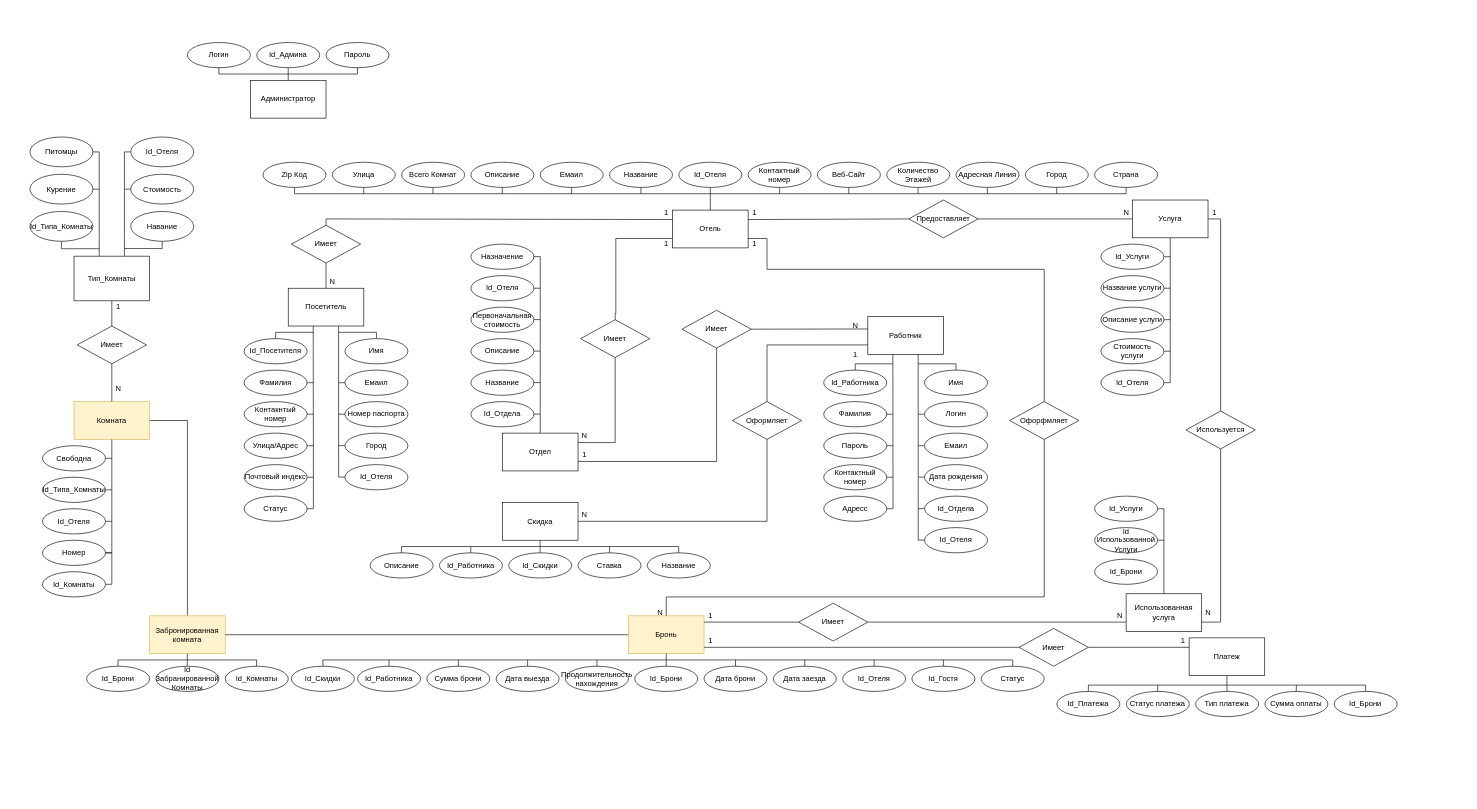
The draw.io diagram AdditionalDocuments/Diagrams/Chen_Notation(ERD).drawio in RainbowInHell/DataBase_CourseWork, before the edit. Source tidied: cells renumbered, new cells numbered last; positions are measured from the earlier drawing's top-left corner, leaving out a move shared by most shapes. Both pictures are drawn from the tidied source at 63%, with x=0, y=0 at pixel (11, 11).
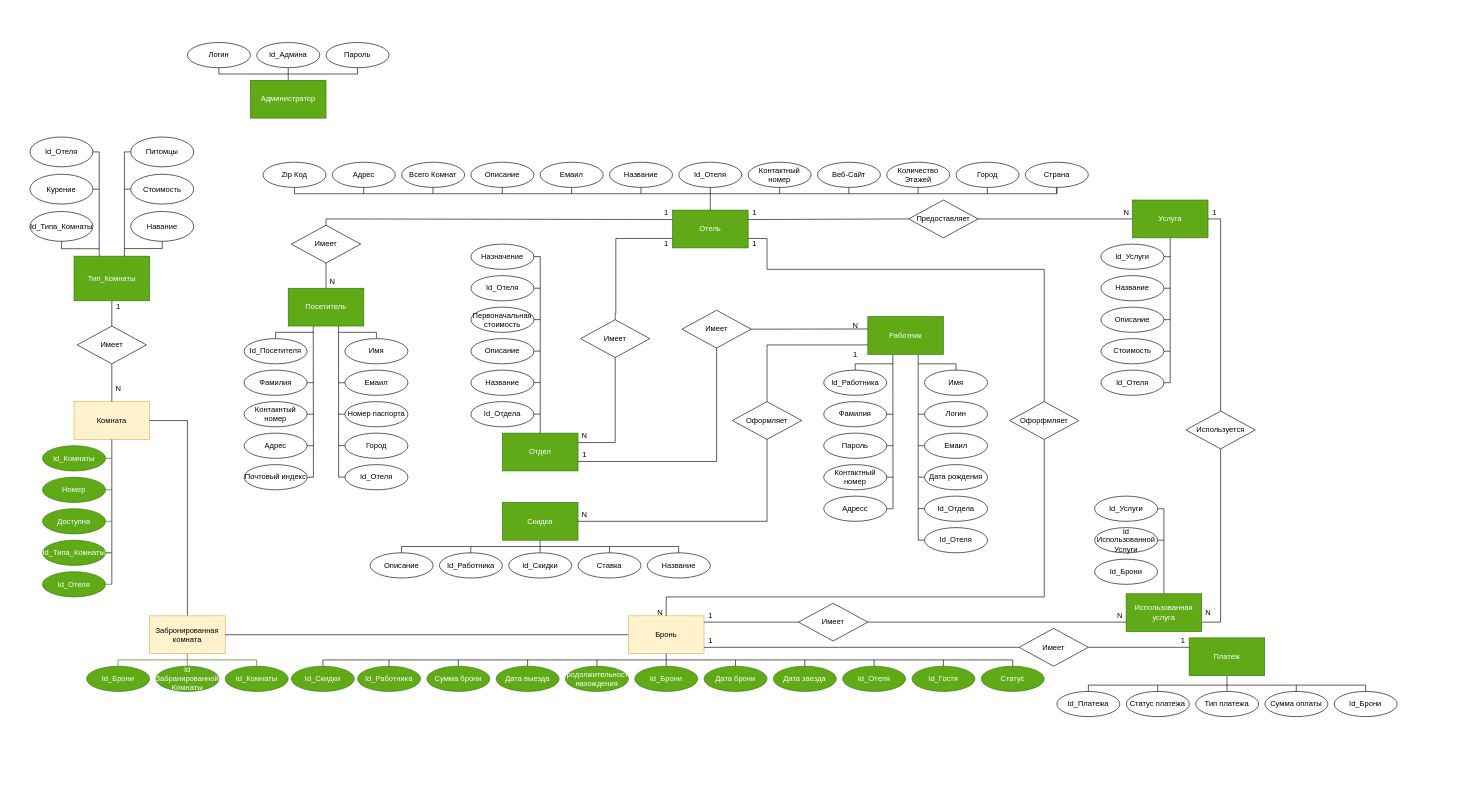
The same diagram, later.

The change refers to these unchanged cells:
```xml
<mxCell id="4" style="group;" parent="3" vertex="1">
  <mxGeometry x="10" y="10" width="320" height="120" as="geometry" />
</mxCell>
<mxCell id="13" style="group;" parent="1" vertex="1">
  <mxGeometry x="400" y="250" width="1910" height="1000" as="geometry" />
</mxCell>
<mxCell id="40" style="group;" parent="13" vertex="1">
  <mxGeometry x="1380" y="50" width="260" height="220" as="geometry" />
</mxCell>
<mxCell id="52" style="group;" parent="13" vertex="1">
  <mxGeometry x="-30" y="190" width="260" height="420" as="geometry" />
</mxCell>
<mxCell id="109" style="group;" parent="13" vertex="1">
  <mxGeometry x="40" y="700" width="1300" height="300" as="geometry" />
</mxCell>
<mxCell id="150" style="group;" parent="13" vertex="1">
  <mxGeometry x="950" y="240" width="260" height="420" as="geometry" />
</mxCell>
<mxCell id="210" style="group;" parent="13" vertex="1">
  <mxGeometry x="330" y="120" width="170" height="360" as="geometry" />
</mxCell>
<mxCell id="227" style="group;" parent="1" vertex="1">
  <mxGeometry x="60" y="620" width="170" height="310" as="geometry" />
</mxCell>
<mxCell id="243" style="group;" parent="242" vertex="1">
  <mxGeometry width="300" height="260" as="geometry" />
</mxCell>
<mxCell id="270" style="group;" parent="1" vertex="1">
  <mxGeometry x="120" y="950" width="320" height="130" as="geometry" />
</mxCell>
```

Diff of the diagram source:
```diff
@@
-    <mxCell id="5" value="Администратор" style="rounded=0;whiteSpace=wrap;html=1;" parent="4" vertex="1">
+    <mxCell id="5" value="Администратор" style="rounded=0;whiteSpace=wrap;html=1;fillColor=#60a917;fontColor=#ffffff;strokeColor=#2D7600;" parent="4" vertex="1">
       <mxGeometry x="100" y="60" width="120" height="60" as="geometry" />
     </mxCell>
@@
-    <mxCell id="14" value="Отель" style="rounded=0;whiteSpace=wrap;html=1;" parent="13" vertex="1">
+    <mxCell id="14" value="Отель" style="rounded=0;whiteSpace=wrap;html=1;fillColor=#60a917;fontColor=#ffffff;strokeColor=#2D7600;" parent="13" vertex="1">
       <mxGeometry x="650" y="66" width="120" height="60" as="geometry" />
     </mxCell>
@@
     <mxCell id="17" value="Страна" style="ellipse;whiteSpace=wrap;html=1;" parent="13" vertex="1">
-      <mxGeometry x="1320" y="-10" width="100" height="40" as="geometry" />
+      <mxGeometry x="1210" y="-10" width="100" height="40" as="geometry" />
     </mxCell>
@@
-    <mxCell id="26" value="Улица" style="ellipse;whiteSpace=wrap;html=1;" parent="13" vertex="1">
+    <mxCell id="26" value="Адрес" style="ellipse;whiteSpace=wrap;html=1;" parent="13" vertex="1">
       <mxGeometry x="110" y="-10" width="100" height="40" as="geometry" />
     </mxCell>
     <mxCell id="27" value="Город" style="ellipse;whiteSpace=wrap;html=1;" parent="13" vertex="1">
-      <mxGeometry x="1210" y="-10" width="100" height="40" as="geometry" />
+      <mxGeometry x="1100" y="-10" width="100" height="40" as="geometry" />
     </mxCell>
-    <mxCell id="28" value="Адресная Линия" style="ellipse;whiteSpace=wrap;html=1;" parent="13" vertex="1">
-      <mxGeometry x="1100" y="-10" width="100" height="40" as="geometry" />
-    </mxCell>
@@
-    <mxCell id="41" value="Услуга" style="rounded=0;whiteSpace=wrap;html=1;" parent="40" vertex="1">
+    <mxCell id="41" value="Услуга" style="rounded=0;whiteSpace=wrap;html=1;fillColor=#60a917;fontColor=#ffffff;strokeColor=#2D7600;" parent="40" vertex="1">
       <mxGeometry width="120" height="60" as="geometry" />
     </mxCell>
@@
-    <mxCell id="44" value="Название услуги" style="ellipse;whiteSpace=wrap;html=1;" parent="40" vertex="1">
+    <mxCell id="44" value="Название" style="ellipse;whiteSpace=wrap;html=1;" parent="40" vertex="1">
       <mxGeometry x="-50" y="120" width="100" height="40" as="geometry" />
     </mxCell>
@@
-    <mxCell id="49" value="Описание услуги" style="ellipse;whiteSpace=wrap;html=1;" parent="40" vertex="1">
+    <mxCell id="49" value="Описание" style="ellipse;whiteSpace=wrap;html=1;" parent="40" vertex="1">
       <mxGeometry x="-50" y="170" width="100" height="40" as="geometry" />
     </mxCell>
@@
-    <mxCell id="53" value="Посетитель" style="rounded=0;whiteSpace=wrap;html=1;" parent="52" vertex="1">
+    <mxCell id="53" value="Посетитель" style="rounded=0;whiteSpace=wrap;html=1;fillColor=#60a917;fontColor=#ffffff;strokeColor=#2D7600;" parent="52" vertex="1">
       <mxGeometry x="70" width="120" height="60" as="geometry" />
     </mxCell>
     <mxCell id="54" style="endArrow=none;html=1;rounded=0;entryX=0.331;entryY=1.001;entryDx=0;entryDy=0;entryPerimeter=0;" parent="52" edge="1" target="53">
       <mxGeometry relative="1" as="geometry">
-        <mxPoint x="110" y="350" as="sourcePoint" />
+        <mxPoint x="110" y="300" as="sourcePoint" />
       </mxGeometry>
     </mxCell>
@@
-    <mxCell id="70" style="endArrow=none;html=1;rounded=0;" parent="52" edge="1">
-      <mxGeometry relative="1" as="geometry">
-        <mxPoint x="100" y="350" as="sourcePoint" />
-        <mxPoint x="110" y="350" as="targetPoint" />
-      </mxGeometry>
-    </mxCell>
@@
-    <mxCell id="72" value="Улица/Адрес" style="ellipse;whiteSpace=wrap;html=1;" parent="52" vertex="1">
+    <mxCell id="72" value="Адрес" style="ellipse;whiteSpace=wrap;html=1;" parent="52" vertex="1">
       <mxGeometry y="230" width="100" height="40" as="geometry" />
     </mxCell>
@@
-    <mxCell id="74" value="Статус" style="ellipse;whiteSpace=wrap;html=1;" parent="52" vertex="1">
-      <mxGeometry y="330" width="100" height="40" as="geometry" />
-    </mxCell>
@@
-    <mxCell id="91" value="Скидка" style="rounded=0;whiteSpace=wrap;html=1;" parent="13" vertex="1">
+    <mxCell id="91" value="Скидка" style="rounded=0;whiteSpace=wrap;html=1;fillColor=#60a917;fontColor=#ffffff;strokeColor=#2D7600;" parent="13" vertex="1">
       <mxGeometry x="380" y="530" width="120" height="60" as="geometry" />
     </mxCell>
@@
-    <mxCell id="118" value="Id_Брони" style="ellipse;whiteSpace=wrap;html=1;" parent="109" vertex="1">
+    <mxCell id="118" value="Id_Брони" style="ellipse;whiteSpace=wrap;html=1;fillColor=#60a917;fontColor=#ffffff;strokeColor=#2D7600;" parent="109" vertex="1">
       <mxGeometry x="550" y="90" width="100" height="40" as="geometry" />
     </mxCell>
-    <mxCell id="119" value="Статус" style="ellipse;whiteSpace=wrap;html=1;" parent="109" vertex="1">
+    <mxCell id="119" value="Статус" style="ellipse;whiteSpace=wrap;html=1;fillColor=#60a917;fontColor=#ffffff;strokeColor=#2D7600;" parent="109" vertex="1">
       <mxGeometry x="1100" y="90" width="100" height="40" as="geometry" />
     </mxCell>
-    <mxCell id="120" value="Продолжительность нахождения" style="ellipse;whiteSpace=wrap;html=1;" parent="109" vertex="1">
+    <mxCell id="120" value="Продолжительность нахождения" style="ellipse;whiteSpace=wrap;html=1;fillColor=#60a917;fontColor=#ffffff;strokeColor=#2D7600;" parent="109" vertex="1">
       <mxGeometry x="440" y="90" width="100" height="40" as="geometry" />
     </mxCell>
-    <mxCell id="121" value="Дата брони" style="ellipse;whiteSpace=wrap;html=1;rotation=0;" parent="109" vertex="1">
+    <mxCell id="121" value="Дата брони" style="ellipse;whiteSpace=wrap;html=1;rotation=0;fillColor=#60a917;fontColor=#ffffff;strokeColor=#2D7600;" parent="109" vertex="1">
       <mxGeometry x="660" y="90" width="100" height="40" as="geometry" />
     </mxCell>
-    <mxCell id="122" value="Дата выезда" style="ellipse;whiteSpace=wrap;html=1;" parent="109" vertex="1">
+    <mxCell id="122" value="Дата выезда" style="ellipse;whiteSpace=wrap;html=1;fillColor=#60a917;fontColor=#ffffff;strokeColor=#2D7600;" parent="109" vertex="1">
       <mxGeometry x="330" y="90" width="100" height="40" as="geometry" />
     </mxCell>
-    <mxCell id="123" value="Сумма брони" style="ellipse;whiteSpace=wrap;html=1;" parent="109" vertex="1">
+    <mxCell id="123" value="Сумма брони" style="ellipse;whiteSpace=wrap;html=1;fillColor=#60a917;fontColor=#ffffff;strokeColor=#2D7600;" parent="109" vertex="1">
       <mxGeometry x="220" y="90" width="100" height="40" as="geometry" />
     </mxCell>
-    <mxCell id="124" value="Id_Работника" style="ellipse;whiteSpace=wrap;html=1;" parent="109" vertex="1">
+    <mxCell id="124" value="Id_Работника" style="ellipse;whiteSpace=wrap;html=1;fillColor=#60a917;fontColor=#ffffff;strokeColor=#2D7600;" parent="109" vertex="1">
       <mxGeometry x="110" y="90" width="100" height="40" as="geometry" />
     </mxCell>
-    <mxCell id="125" value="Id_Скидки" style="ellipse;whiteSpace=wrap;html=1;" parent="109" vertex="1">
+    <mxCell id="125" value="Id_Скидки" style="ellipse;whiteSpace=wrap;html=1;fillColor=#60a917;fontColor=#ffffff;strokeColor=#2D7600;" parent="109" vertex="1">
       <mxGeometry x="5" y="90" width="100" height="40" as="geometry" />
     </mxCell>
@@
-    <mxCell id="130" value="Дата заезда" style="ellipse;whiteSpace=wrap;html=1;" parent="109" vertex="1">
+    <mxCell id="130" value="Дата заезда" style="ellipse;whiteSpace=wrap;html=1;fillColor=#60a917;fontColor=#ffffff;strokeColor=#2D7600;" parent="109" vertex="1">
       <mxGeometry x="770" y="90" width="100" height="40" as="geometry" />
     </mxCell>
-    <mxCell id="131" value="Id_Отеля" style="ellipse;whiteSpace=wrap;html=1;" parent="109" vertex="1">
+    <mxCell id="131" value="Id_Отеля" style="ellipse;whiteSpace=wrap;html=1;fillColor=#60a917;fontColor=#ffffff;strokeColor=#2D7600;" parent="109" vertex="1">
       <mxGeometry x="880" y="90" width="100" height="40" as="geometry" />
     </mxCell>
-    <mxCell id="132" value="Id_Гостя" style="ellipse;whiteSpace=wrap;html=1;" parent="109" vertex="1">
+    <mxCell id="132" value="Id_Гостя" style="ellipse;whiteSpace=wrap;html=1;fillColor=#60a917;fontColor=#ffffff;strokeColor=#2D7600;" parent="109" vertex="1">
       <mxGeometry x="990" y="90" width="100" height="40" as="geometry" />
     </mxCell>
@@
-    <mxCell id="151" value="Работник" style="rounded=0;whiteSpace=wrap;html=1;" parent="150" vertex="1">
+    <mxCell id="151" value="Работник" style="rounded=0;whiteSpace=wrap;html=1;fillColor=#60a917;fontColor=#ffffff;strokeColor=#2D7600;" parent="150" vertex="1">
       <mxGeometry x="10" y="-5" width="120" height="60" as="geometry" />
     </mxCell>
@@
-    <mxCell id="188" value="Стоимость услуги" style="ellipse;whiteSpace=wrap;html=1;" parent="13" vertex="1">
+    <mxCell id="188" value="Стоимость" style="ellipse;whiteSpace=wrap;html=1;" parent="13" vertex="1">
       <mxGeometry x="1330" y="270" width="100" height="40" as="geometry" />
     </mxCell>
-    <mxCell id="189" value="Использованная услуга" style="rounded=0;whiteSpace=wrap;html=1;" parent="13" vertex="1">
+    <mxCell id="189" value="Использованная услуга" style="rounded=0;whiteSpace=wrap;html=1;fillColor=#60a917;fontColor=#ffffff;strokeColor=#2D7600;" parent="13" vertex="1">
       <mxGeometry x="1370" y="675" width="120" height="60" as="geometry" />
     </mxCell>
@@
-    <mxCell id="200" value="Платеж" style="rounded=0;whiteSpace=wrap;html=1;" parent="13" vertex="1">
+    <mxCell id="200" value="Платеж" style="rounded=0;whiteSpace=wrap;html=1;fillColor=#60a917;fontColor=#ffffff;strokeColor=#2D7600;" parent="13" vertex="1">
       <mxGeometry x="1470" y="745" width="120" height="60" as="geometry" />
     </mxCell>
@@
-    <mxCell id="211" value="Отдел" style="rounded=0;whiteSpace=wrap;html=1;" parent="210" vertex="1">
+    <mxCell id="211" value="Отдел" style="rounded=0;whiteSpace=wrap;html=1;fillColor=#60a917;fontColor=#ffffff;strokeColor=#2D7600;" parent="210" vertex="1">
       <mxGeometry x="50" y="300" width="120" height="60" as="geometry" />
     </mxCell>
@@
-    <mxCell id="228" value="Комната" style="rounded=0;whiteSpace=wrap;html=1;fillColor=#fff2cc;strokeColor=#d6b656;" parent="227" vertex="1">
+    <mxCell id="228" value="Комната" style="rounded=0;whiteSpace=wrap;html=1;fillColor=#fff2cc;strokeColor=#d6b656;gradientColor=none;" parent="227" vertex="1">
       <mxGeometry x="40" width="120" height="60" as="geometry" />
     </mxCell>
@@
-    <mxCell id="230" style="endArrow=none;html=1;rounded=0;exitX=0;exitY=0.5;exitDx=0;exitDy=0;" parent="227" edge="1" source="238">
+    <mxCell id="230" style="endArrow=none;html=1;rounded=0;exitX=0;exitY=0.5;exitDx=0;exitDy=0;fillColor=#60a917;strokeColor=#2D7600;" parent="227" edge="1" source="238">
       <mxGeometry relative="1" as="geometry">
         <mxPoint x="100" y="90" as="targetPoint" />
       </mxGeometry>
     </mxCell>
-    <mxCell id="231" value="Номер" style="ellipse;whiteSpace=wrap;html=1;" parent="227" vertex="1">
+    <mxCell id="231" value="Id_Типа_Комнаты" style="ellipse;whiteSpace=wrap;html=1;fillColor=#60a917;fontColor=#ffffff;strokeColor=#2D7600;" parent="227" vertex="1">
       <mxGeometry x="-10" y="220" width="100" height="40" as="geometry" />
     </mxCell>
-    <mxCell id="232" value="Id_Отеля" style="ellipse;whiteSpace=wrap;html=1;" parent="227" vertex="1">
+    <mxCell id="232" value="Доступна" style="ellipse;whiteSpace=wrap;html=1;fillColor=#60a917;fontColor=#ffffff;strokeColor=#2D7600;" parent="227" vertex="1">
       <mxGeometry x="-10" y="170" width="100" height="40" as="geometry" />
     </mxCell>
-    <mxCell id="233" style="endArrow=none;html=1;rounded=0;" parent="227" edge="1">
+    <mxCell id="233" style="endArrow=none;html=1;rounded=0;fillColor=#60a917;strokeColor=#2D7600;" parent="227" edge="1">
       <mxGeometry relative="1" as="geometry">
         <mxPoint x="100" y="240" as="sourcePoint" />
         <mxPoint x="100" y="240" as="targetPoint" />
         <Array as="points">
           <mxPoint x="90" y="240" />
         </Array>
       </mxGeometry>
     </mxCell>
-    <mxCell id="234" style="endArrow=none;html=1;rounded=0;" parent="227" edge="1">
+    <mxCell id="234" style="endArrow=none;html=1;rounded=0;fillColor=#60a917;strokeColor=#2D7600;" parent="227" edge="1">
       <mxGeometry relative="1" as="geometry">
         <mxPoint x="90" y="190" as="sourcePoint" />
         <mxPoint x="100" y="190" as="targetPoint" />
       </mxGeometry>
     </mxCell>
-    <mxCell id="235" style="endArrow=none;html=1;rounded=0;exitX=0;exitY=0.5;exitDx=0;exitDy=0;" parent="227" edge="1" source="237">
+    <mxCell id="235" style="endArrow=none;html=1;rounded=0;exitX=0;exitY=0.5;exitDx=0;exitDy=0;fillColor=#60a917;strokeColor=#2D7600;" parent="227" edge="1" source="237">
       <mxGeometry relative="1" as="geometry">
         <mxPoint x="100" y="140" as="targetPoint" />
       </mxGeometry>
     </mxCell>
-    <mxCell id="236" style="endArrow=none;html=1;rounded=0;exitX=1;exitY=0.5;exitDx=0;exitDy=0;" parent="227" edge="1" source="239">
+    <mxCell id="236" style="endArrow=none;html=1;rounded=0;exitX=1;exitY=0.5;exitDx=0;exitDy=0;fillColor=#60a917;strokeColor=#2D7600;" parent="227" edge="1" source="239">
       <mxGeometry relative="1" as="geometry">
         <mxPoint x="100" y="290" as="targetPoint" />
       </mxGeometry>
     </mxCell>
-    <mxCell id="237" value="Id_Типа_Комнаты" style="ellipse;whiteSpace=wrap;html=1;" parent="227" vertex="1">
+    <mxCell id="237" value="Номер" style="ellipse;whiteSpace=wrap;html=1;fillColor=#60a917;fontColor=#ffffff;strokeColor=#2D7600;" parent="227" vertex="1">
       <mxGeometry x="-10" y="120" width="100" height="40" as="geometry" />
     </mxCell>
-    <mxCell id="238" value="Свободна" style="ellipse;whiteSpace=wrap;html=1;" parent="227" vertex="1">
+    <mxCell id="238" value="Id_Комнаты" style="ellipse;whiteSpace=wrap;html=1;fillColor=#60a917;fontColor=#ffffff;strokeColor=#2D7600;" parent="227" vertex="1">
       <mxGeometry x="-10" y="70" width="100" height="40" as="geometry" />
     </mxCell>
-    <mxCell id="239" value="Id_Комнаты" style="ellipse;whiteSpace=wrap;html=1;" parent="227" vertex="1">
+    <mxCell id="239" value="Id_Отеля" style="ellipse;whiteSpace=wrap;html=1;fillColor=#60a917;fontColor=#ffffff;strokeColor=#2D7600;" parent="227" vertex="1">
       <mxGeometry x="-10" y="270" width="100" height="40" as="geometry" />
     </mxCell>
@@
-    <mxCell id="244" value="Тип_Комнаты" style="rounded=0;whiteSpace=wrap;html=1;" parent="243" vertex="1">
+    <mxCell id="244" value="Тип_Комнаты" style="rounded=0;whiteSpace=wrap;html=1;fillColor=#60a917;fontColor=#ffffff;strokeColor=#2D7600;" parent="243" vertex="1">
       <mxGeometry x="100" y="189.1" width="120" height="70.9" as="geometry" />
     </mxCell>
@@
-    <mxCell id="246" value="Питомцы" style="ellipse;whiteSpace=wrap;html=1;" parent="243" vertex="1">
+    <mxCell id="246" value="Id_Отеля" style="ellipse;whiteSpace=wrap;html=1;" parent="243" vertex="1">
       <mxGeometry x="30" width="100" height="47.3" as="geometry" />
     </mxCell>
@@
-    <mxCell id="262" value="Id_Отеля" style="ellipse;whiteSpace=wrap;html=1;" parent="243" vertex="1">
+    <mxCell id="262" value="Питомцы" style="ellipse;whiteSpace=wrap;html=1;" parent="243" vertex="1">
       <mxGeometry x="190" width="100" height="47.3" as="geometry" />
     </mxCell>
@@
-    <mxCell id="272" style="endArrow=none;html=1;rounded=0;" parent="270" edge="1">
+    <mxCell id="272" style="endArrow=none;html=1;rounded=0;fillColor=#60a917;strokeColor=#2D7600;" parent="270" edge="1">
       <mxGeometry relative="1" as="geometry">
         <mxPoint x="159.8" y="90" as="sourcePoint" />
         <mxPoint x="159.8" y="70" as="targetPoint" />
       </mxGeometry>
     </mxCell>
-    <mxCell id="273" style="endArrow=none;html=1;rounded=0;edgeStyle=orthogonalEdgeStyle;" parent="270" edge="1">
+    <mxCell id="273" style="endArrow=none;html=1;rounded=0;edgeStyle=orthogonalEdgeStyle;fillColor=#60a917;strokeColor=#2D7600;" parent="270" edge="1">
       <mxGeometry relative="1" as="geometry">
         <mxPoint x="50" y="80" as="sourcePoint" />
         <mxPoint x="270" y="80" as="targetPoint" />
       </mxGeometry>
     </mxCell>
-    <mxCell id="274" value="Id&lt;br&gt;Забранированной&lt;br&gt;Комнаты" style="ellipse;whiteSpace=wrap;html=1;" parent="270" vertex="1">
+    <mxCell id="274" value="Id&lt;br&gt;Забранированной&lt;br&gt;Комнаты" style="ellipse;whiteSpace=wrap;html=1;fillColor=#60a917;fontColor=#ffffff;strokeColor=#2D7600;" parent="270" vertex="1">
       <mxGeometry x="110" y="90" width="100" height="40" as="geometry" />
     </mxCell>
-    <mxCell id="275" value="Id_Комнаты" style="ellipse;whiteSpace=wrap;html=1;" parent="270" vertex="1">
+    <mxCell id="275" value="Id_Комнаты" style="ellipse;whiteSpace=wrap;html=1;fillColor=#60a917;fontColor=#ffffff;strokeColor=#2D7600;" parent="270" vertex="1">
       <mxGeometry x="220" y="90" width="100" height="40" as="geometry" />
     </mxCell>
-    <mxCell id="276" style="endArrow=none;html=1;rounded=0;" parent="270" edge="1">
+    <mxCell id="276" style="endArrow=none;html=1;rounded=0;fillColor=#60a917;strokeColor=#2D7600;" parent="270" edge="1">
       <mxGeometry relative="1" as="geometry">
         <mxPoint x="269.7" y="90" as="sourcePoint" />
         <mxPoint x="269.9" y="80" as="targetPoint" />
       </mxGeometry>
     </mxCell>
-    <mxCell id="277" style="endArrow=none;html=1;rounded=0;exitX=0.5;exitY=0;exitDx=0;exitDy=0;" parent="270" edge="1">
+    <mxCell id="277" style="endArrow=none;html=1;rounded=0;exitX=0.5;exitY=0;exitDx=0;exitDy=0;fillColor=#60a917;strokeColor=#2D7600;" parent="270" edge="1">
       <mxGeometry relative="1" as="geometry">
         <mxPoint x="49.8" y="90" as="sourcePoint" />
         <mxPoint x="49.8" y="80" as="targetPoint" />
       </mxGeometry>
     </mxCell>
-    <mxCell id="278" value="Id_Брони" style="ellipse;whiteSpace=wrap;html=1;" parent="270" vertex="1">
+    <mxCell id="278" value="Id_Брони" style="ellipse;whiteSpace=wrap;html=1;fillColor=#60a917;fontColor=#ffffff;strokeColor=#2D7600;" parent="270" vertex="1">
       <mxGeometry y="90" width="100" height="40" as="geometry" />
     </mxCell>
```
